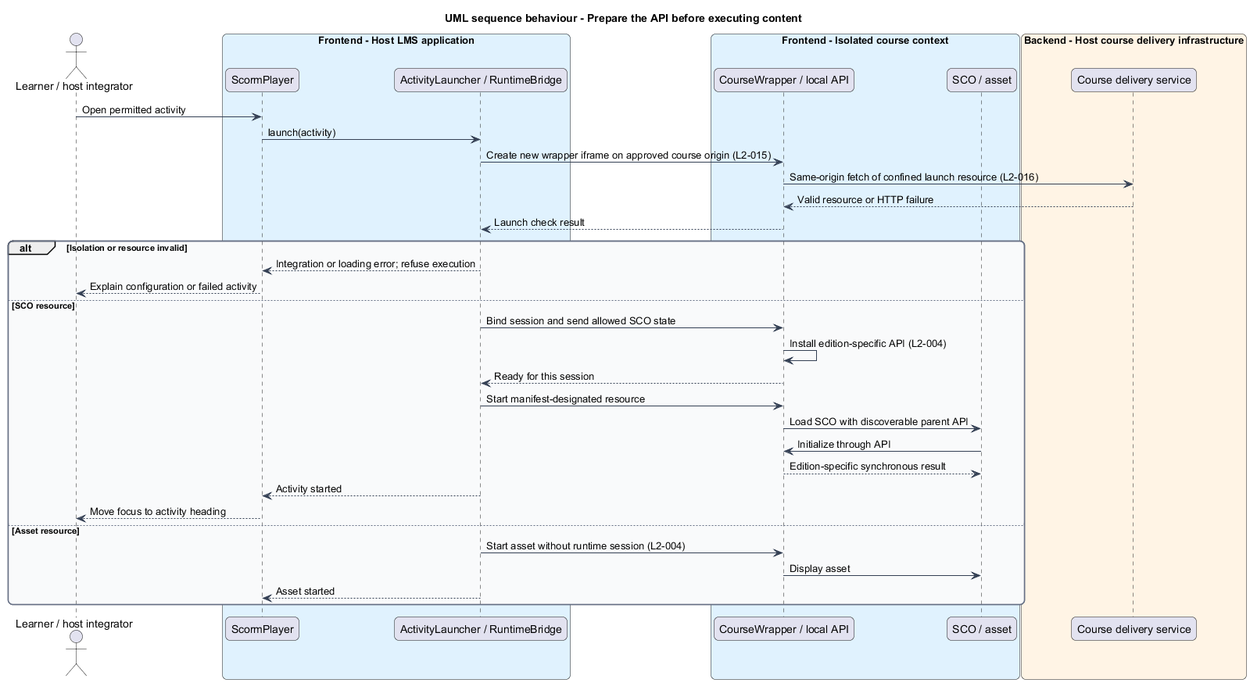
The PlantUML diagram docs/detailed-designs/scorm-player/launch-activity/diagrams/sequence-launch.png in QuinntyneBrown/Tessera, before a commit. The source it was exported from:
```plantuml
@startuml
title UML sequence behaviour - Prepare the API before executing content
skinparam backgroundColor #FFFFFF
skinparam shadowing false
skinparam roundcorner 12
skinparam defaultFontName Arial
skinparam ArrowColor #344054
skinparam rectangle {
  BorderColor #344054
  FontColor #101828
}
skinparam package {
  BorderColor #667085
  FontColor #101828
  BackgroundColor #F9FAFB
}
actor "Learner / host integrator" as actor
box "Frontend - Host LMS application" #E0F2FE
  participant "ScormPlayer" as shell
  participant "ActivityLauncher / RuntimeBridge" as core
end box
box "Frontend - Isolated course context" #E0F2FE
  participant "CourseWrapper / local API" as wrapper
  participant "SCO / asset" as sco
end box
box "Backend - Host course delivery infrastructure" #FFF4E5
  participant "Course delivery service" as delivery
end box

actor -> shell : Open permitted activity
shell -> core : launch(activity)
core -> wrapper : Create new wrapper iframe on approved course origin (L2-015)
wrapper -> delivery : Same-origin fetch of confined launch resource (L2-016)
delivery --> wrapper : Valid resource or HTTP failure
wrapper --> core : Launch check result
alt Isolation or resource invalid
  core --> shell : Integration or loading error; refuse execution
  shell --> actor : Explain configuration or failed activity
else SCO resource
  core -> wrapper : Bind session and send allowed SCO state
  wrapper -> wrapper : Install edition-specific API (L2-004)
  wrapper --> core : Ready for this session
  core -> wrapper : Start manifest-designated resource
  wrapper -> sco : Load SCO with discoverable parent API
  sco -> wrapper : Initialize through API
  wrapper --> sco : Edition-specific synchronous result
  core --> shell : Activity started
  shell --> actor : Move focus to activity heading
else Asset resource
  core -> wrapper : Start asset without runtime session (L2-004)
  wrapper -> sco : Display asset
  core --> shell : Asset started
end
@enduml
```
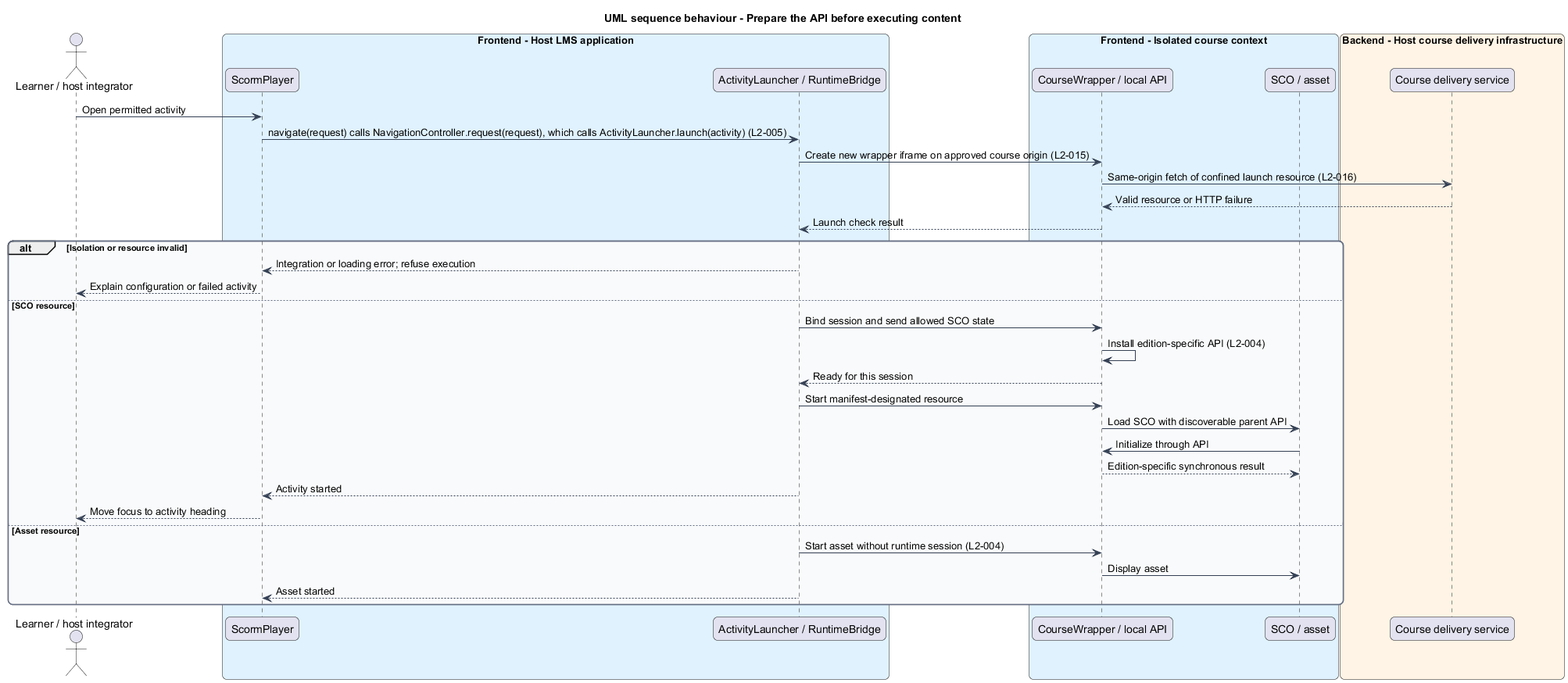
After the change.

What changed in the source:
```diff
@@ -28,7 +28,7 @@
 end box
 
 actor -> shell : Open permitted activity
-shell -> core : launch(activity)
+shell -> core : navigate(request) calls NavigationController.request(request), which calls ActivityLauncher.launch(activity) (L2-005)
 core -> wrapper : Create new wrapper iframe on approved course origin (L2-015)
 wrapper -> delivery : Same-origin fetch of confined launch resource (L2-016)
 delivery --> wrapper : Valid resource or HTTP failure
```
